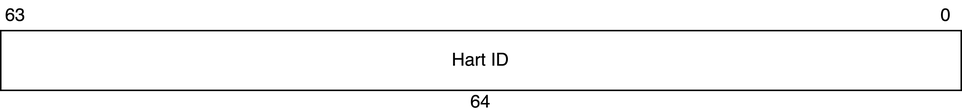
Above: basic/images/20-mmode-csr/mhartid.png in nananapo/veryl-riscv-book (draw.io), before the change. Source tidied: cells renumbered, new cells last; positions are measured from the earlier drawing's top-left corner, leaving out a move shared by most shapes. Source of this version:
```xml
<mxGraphModel>
  <root>
    <mxCell id="0" />
    <mxCell id="1" parent="0" />
    <mxCell id="2" value="63" style="text;html=1;align=center;verticalAlign=middle;whiteSpace=wrap;rounded=0;" parent="1" vertex="1">
      <mxGeometry width="20" height="20" as="geometry" />
    </mxCell>
    <mxCell id="3" value="0" style="text;html=1;align=center;verticalAlign=middle;whiteSpace=wrap;rounded=0;" parent="1" vertex="1">
      <mxGeometry x="620" width="20" height="20" as="geometry" />
    </mxCell>
    <mxCell id="4" style="rounded=0;whiteSpace=wrap;html=1;" parent="1" vertex="1">
      <mxGeometry y="20" width="640" height="40" as="geometry" />
    </mxCell>
    <mxCell id="5" value="64" style="text;html=1;align=center;verticalAlign=middle;whiteSpace=wrap;rounded=0;" parent="1" vertex="1">
      <mxGeometry x="310" y="60" width="20" height="15" as="geometry" />
    </mxCell>
    <mxCell id="6" value="Hart ID" style="text;html=1;align=center;verticalAlign=middle;whiteSpace=wrap;rounded=0;" parent="1" vertex="1">
      <mxGeometry x="290" y="25" width="60" height="30" as="geometry" />
    </mxCell>
  </root>
</mxGraphModel>
```
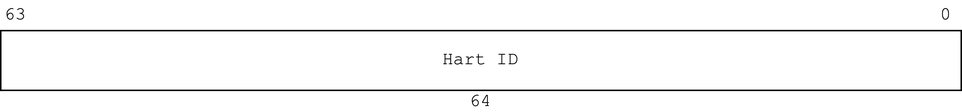
Above is the later version.

The edit, as a diff of the source:
```diff
@@ -2,19 +2,19 @@
   <root>
     <mxCell id="0" />
     <mxCell id="1" parent="0" />
-    <mxCell id="2" value="63" style="text;html=1;align=center;verticalAlign=middle;whiteSpace=wrap;rounded=0;" parent="1" vertex="1">
+    <mxCell id="2" value="63" style="text;html=1;align=center;verticalAlign=middle;whiteSpace=wrap;rounded=0;fontFamily=Courier New;" parent="1" vertex="1">
       <mxGeometry width="20" height="20" as="geometry" />
     </mxCell>
-    <mxCell id="3" value="0" style="text;html=1;align=center;verticalAlign=middle;whiteSpace=wrap;rounded=0;" parent="1" vertex="1">
+    <mxCell id="3" value="0" style="text;html=1;align=center;verticalAlign=middle;whiteSpace=wrap;rounded=0;fontFamily=Courier New;" parent="1" vertex="1">
       <mxGeometry x="620" width="20" height="20" as="geometry" />
     </mxCell>
-    <mxCell id="4" style="rounded=0;whiteSpace=wrap;html=1;" parent="1" vertex="1">
+    <mxCell id="4" style="rounded=0;whiteSpace=wrap;html=1;fontFamily=Courier New;" parent="1" vertex="1">
       <mxGeometry y="20" width="640" height="40" as="geometry" />
     </mxCell>
-    <mxCell id="5" value="64" style="text;html=1;align=center;verticalAlign=middle;whiteSpace=wrap;rounded=0;" parent="1" vertex="1">
+    <mxCell id="5" value="64" style="text;html=1;align=center;verticalAlign=middle;whiteSpace=wrap;rounded=0;fontFamily=Courier New;" parent="1" vertex="1">
       <mxGeometry x="310" y="60" width="20" height="15" as="geometry" />
     </mxCell>
-    <mxCell id="6" value="Hart ID" style="text;html=1;align=center;verticalAlign=middle;whiteSpace=wrap;rounded=0;" parent="1" vertex="1">
+    <mxCell id="6" value="Hart ID" style="text;html=1;align=center;verticalAlign=middle;whiteSpace=wrap;rounded=0;fontFamily=Courier New;" parent="1" vertex="1">
       <mxGeometry x="290" y="25" width="60" height="30" as="geometry" />
     </mxCell>
   </root>
```
